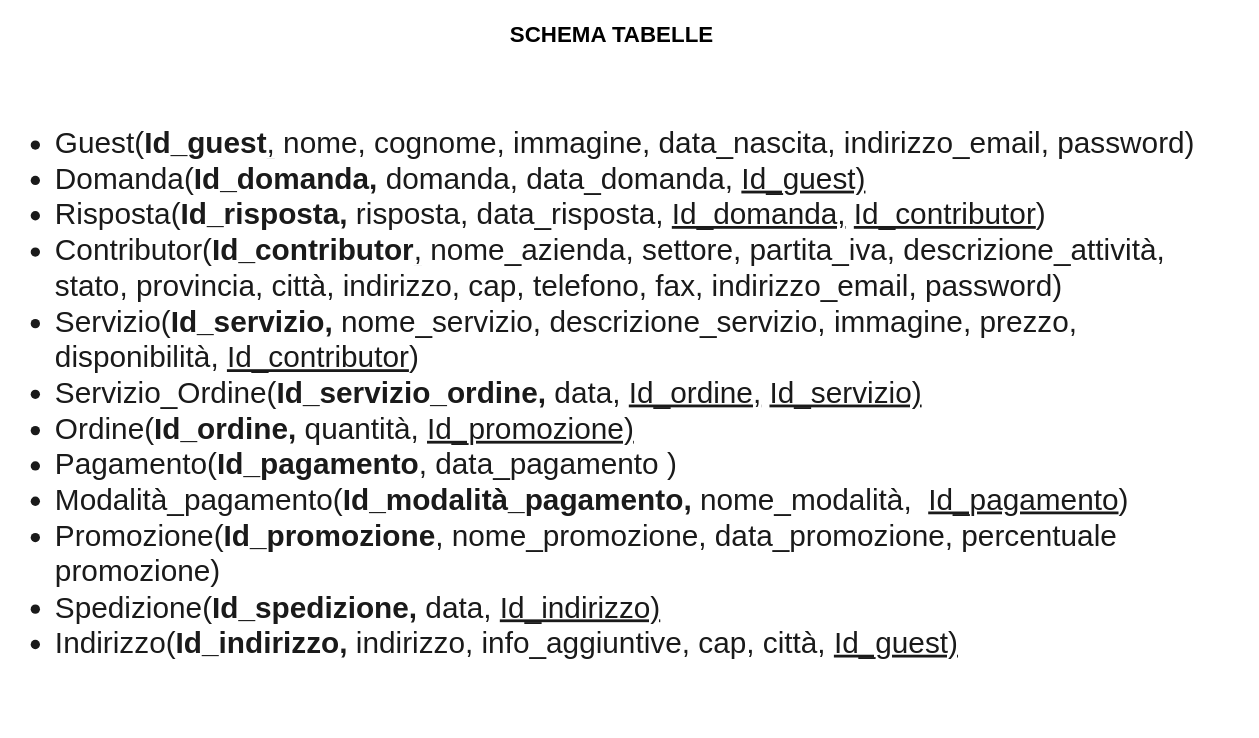
giadaventurini-pixel/giadaventurini-5binf keeps this draw.io diagram as SCHEMATABELLE.drawio. Above is the earlier version. Source tidied: cells renumbered, new cells numbered last; positions are measured from the earlier drawing's top-left corner, leaving out a move shared by most shapes. Both pictures are drawn from the tidied source at 93%, with x=0, y=0 at pixel (16, 16).
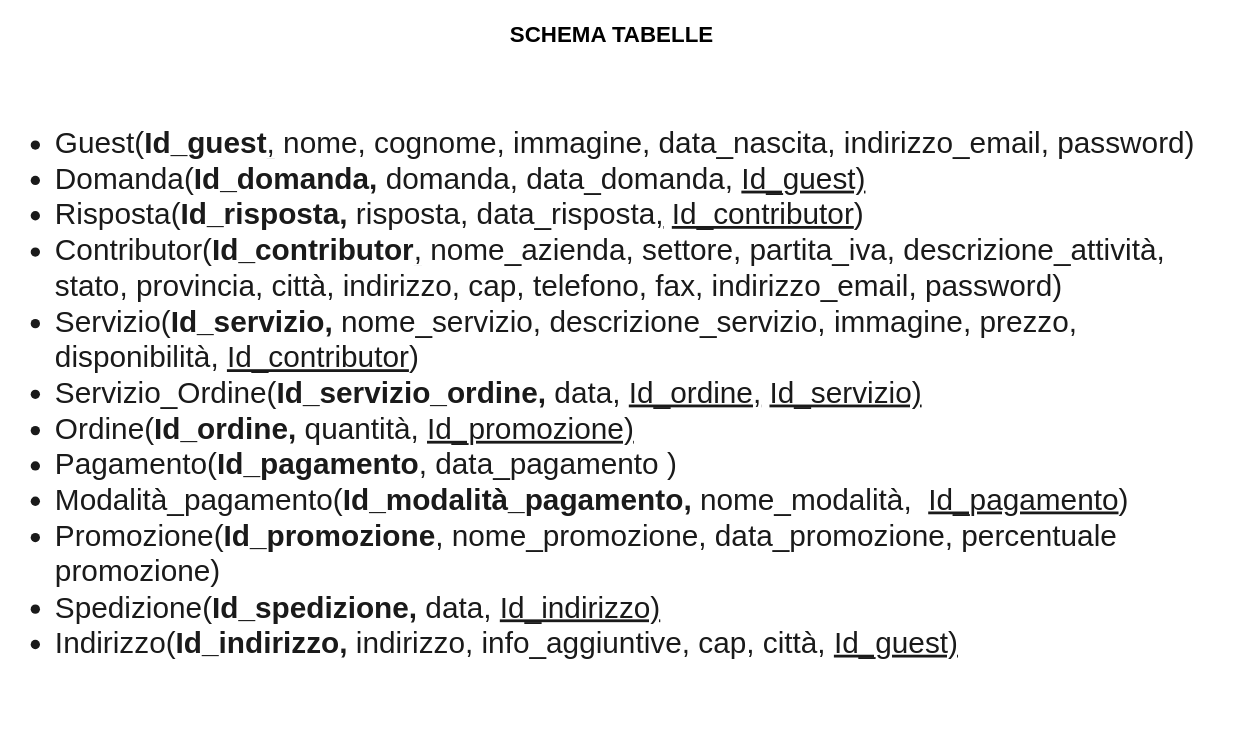
After the change.

Change to the diagram source:
```diff
@@
 <mxGraphModel>
   <root>
     <mxCell id="0" />
     <mxCell id="1" parent="0" />
-    <mxCell id="2" value="&lt;ul style=&quot;font-size: 32px&quot;&gt;&lt;li style=&quot;font-size: 32px&quot;&gt;Guest(&lt;b&gt;Id_guest&lt;/b&gt;&lt;u&gt;,&lt;/u&gt;&amp;nbsp;nome, cognome, immagine, data_nascita, indirizzo_email, password)&lt;/li&gt;&lt;li style=&quot;font-size: 32px&quot;&gt;Domanda(&lt;b&gt;Id_domanda, &lt;/b&gt;domanda, data_domanda, &lt;u&gt;Id_guest)&lt;/u&gt;&lt;/li&gt;&lt;li style=&quot;font-size: 32px&quot;&gt;Risposta(&lt;b&gt;Id_risposta,&lt;/b&gt;&amp;nbsp;risposta, data_risposta,&amp;nbsp;&lt;u&gt;Id_domanda,&lt;/u&gt; &lt;u&gt;Id_contributor&lt;/u&gt;)&lt;/li&gt;&lt;li style=&quot;font-size: 32px&quot;&gt;Contributor(&lt;b&gt;Id_contributor&lt;/b&gt;&lt;u&gt;,&lt;/u&gt;&amp;nbsp;nome_azienda, settore, partita_iva, descrizione_attività, stato, provincia, città, indirizzo, cap, telefono, fax, indirizzo_email, password)&lt;/li&gt;&lt;li style=&quot;font-size: 32px&quot;&gt;Servizio(&lt;b&gt;Id_servizio, &lt;/b&gt;nome_servizio, descrizione_servizio, immagine, prezzo, disponibilità, &lt;u&gt;Id_contributor&lt;/u&gt;)&lt;/li&gt;&lt;li style=&quot;font-size: 32px&quot;&gt;Servizio_Ordine(&lt;b&gt;Id_servizio_ordine, &lt;/b&gt;data, &lt;u&gt;Id_ordine,&lt;/u&gt; &lt;u&gt;Id_servizio)&lt;/u&gt;&lt;/li&gt;&lt;li style=&quot;font-size: 32px&quot;&gt;Ordine(&lt;b&gt;Id_ordine, &lt;/b&gt;quantità, &lt;u&gt;Id_promozione)&lt;/u&gt;&lt;/li&gt;&lt;li style=&quot;font-size: 32px&quot;&gt;Pagamento(&lt;b&gt;Id_pagamento&lt;/b&gt;&lt;u&gt;,&lt;/u&gt;&amp;nbsp;data_pagamento&amp;nbsp;)&lt;/li&gt;&lt;li style=&quot;font-size: 32px&quot;&gt;Modalità_pagamento(&lt;b&gt;Id_modalità_pagamento,&lt;/b&gt;&amp;nbsp;nome_modalità,&amp;nbsp;&amp;nbsp;&lt;u&gt;Id_pagamento&lt;/u&gt;)&lt;/li&gt;&lt;li style=&quot;font-size: 32px&quot;&gt;Promozione(&lt;b&gt;Id_promozione&lt;/b&gt;, nome_promozione, data_promozione, percentuale promozione)&lt;/li&gt;&lt;li style=&quot;font-size: 32px&quot;&gt;Spedizione(&lt;b&gt;Id_spedizione,&lt;/b&gt;&amp;nbsp;data, &lt;u&gt;Id_indirizzo)&lt;/u&gt;&lt;/li&gt;&lt;li style=&quot;font-size: 32px&quot;&gt;Indirizzo(&lt;b&gt;Id_indirizzo, &lt;/b&gt;indirizzo, info_aggiuntive, cap, città, &lt;u&gt;Id_guest)&lt;/u&gt;&lt;/li&gt;&lt;/ul&gt;" style="text;strokeColor=none;fillColor=none;html=1;whiteSpace=wrap;verticalAlign=middle;overflow=hidden;rounded=0;sketch=0;fontColor=#1A1A1A;fontSize=32;" parent="1" vertex="1">
+    <mxCell id="2" value="&lt;ul style=&quot;font-size: 32px&quot;&gt;&lt;li style=&quot;font-size: 32px&quot;&gt;Guest(&lt;b&gt;Id_guest&lt;/b&gt;&lt;u&gt;,&lt;/u&gt;&amp;nbsp;nome, cognome, immagine, data_nascita, indirizzo_email, password)&lt;/li&gt;&lt;li style=&quot;font-size: 32px&quot;&gt;Domanda(&lt;b&gt;Id_domanda, &lt;/b&gt;domanda, data_domanda, &lt;u&gt;Id_guest)&lt;/u&gt;&lt;/li&gt;&lt;li style=&quot;font-size: 32px&quot;&gt;Risposta(&lt;b&gt;Id_risposta,&lt;/b&gt;&amp;nbsp;risposta, data_risposta&lt;u&gt;,&lt;/u&gt; &lt;u&gt;Id_contributor&lt;/u&gt;)&lt;/li&gt;&lt;li style=&quot;font-size: 32px&quot;&gt;Contributor(&lt;b&gt;Id_contributor&lt;/b&gt;&lt;u&gt;,&lt;/u&gt;&amp;nbsp;nome_azienda, settore, partita_iva, descrizione_attività, stato, provincia, città, indirizzo, cap, telefono, fax, indirizzo_email, password)&lt;/li&gt;&lt;li style=&quot;font-size: 32px&quot;&gt;Servizio(&lt;b&gt;Id_servizio, &lt;/b&gt;nome_servizio, descrizione_servizio, immagine, prezzo, disponibilità, &lt;u&gt;Id_contributor&lt;/u&gt;)&lt;/li&gt;&lt;li style=&quot;font-size: 32px&quot;&gt;Servizio_Ordine(&lt;b&gt;Id_servizio_ordine, &lt;/b&gt;data, &lt;u&gt;Id_ordine,&lt;/u&gt; &lt;u&gt;Id_servizio)&lt;/u&gt;&lt;/li&gt;&lt;li style=&quot;font-size: 32px&quot;&gt;Ordine(&lt;b&gt;Id_ordine, &lt;/b&gt;quantità, &lt;u&gt;Id_promozione)&lt;/u&gt;&lt;/li&gt;&lt;li style=&quot;font-size: 32px&quot;&gt;Pagamento(&lt;b&gt;Id_pagamento&lt;/b&gt;&lt;u&gt;,&lt;/u&gt;&amp;nbsp;data_pagamento&amp;nbsp;)&lt;/li&gt;&lt;li style=&quot;font-size: 32px&quot;&gt;Modalità_pagamento(&lt;b&gt;Id_modalità_pagamento,&lt;/b&gt;&amp;nbsp;nome_modalità,&amp;nbsp;&amp;nbsp;&lt;u&gt;Id_pagamento&lt;/u&gt;)&lt;/li&gt;&lt;li style=&quot;font-size: 32px&quot;&gt;Promozione(&lt;b&gt;Id_promozione&lt;/b&gt;, nome_promozione, data_promozione, percentuale promozione)&lt;/li&gt;&lt;li style=&quot;font-size: 32px&quot;&gt;Spedizione(&lt;b&gt;Id_spedizione,&lt;/b&gt;&amp;nbsp;data, &lt;u&gt;Id_indirizzo)&lt;/u&gt;&lt;/li&gt;&lt;li style=&quot;font-size: 32px&quot;&gt;Indirizzo(&lt;b&gt;Id_indirizzo, &lt;/b&gt;indirizzo, info_aggiuntive, cap, città, &lt;u&gt;Id_guest)&lt;/u&gt;&lt;/li&gt;&lt;/ul&gt;" style="text;strokeColor=none;fillColor=none;html=1;whiteSpace=wrap;verticalAlign=middle;overflow=hidden;rounded=0;sketch=0;fontColor=#1A1A1A;fontSize=32;" parent="1" vertex="1">
       <mxGeometry y="50" width="1320" height="710" as="geometry" />
     </mxCell>
     <mxCell id="3" value="SCHEMA TABELLE" style="text;strokeColor=none;fillColor=none;html=1;fontSize=24;fontStyle=1;verticalAlign=middle;align=center;rounded=0;sketch=0;" parent="1" vertex="1">
       <mxGeometry x="590" width="100" height="40" as="geometry" />
     </mxCell>
   </root>
 </mxGraphModel>
```
